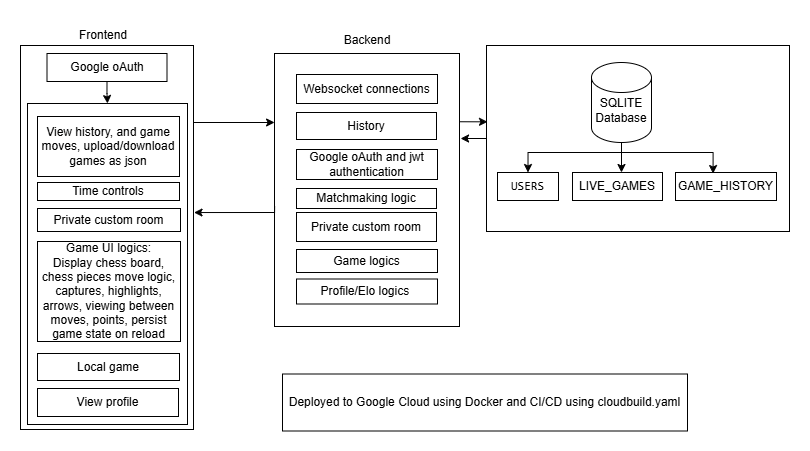
Earlier version of the draw.io export diagram/ChessGame.drawio.png (rvikr77/ChessGame). Source tidied: cells renumbered, new cells last; positions are measured from the earlier drawing's top-left corner, leaving out a move shared by most shapes. Its diagram source:
```xml
<mxGraphModel>
  <root>
    <mxCell id="0" />
    <mxCell id="1" parent="0" />
    <mxCell id="2" style="rounded=0;whiteSpace=wrap;html=1;" parent="1" vertex="1">
      <mxGeometry x="466" y="25" width="303" height="186" as="geometry" />
    </mxCell>
    <mxCell id="3" value="&lt;font style=&quot;color: light-dark(rgb(0, 0, 0), rgb(51, 51, 51));&quot;&gt;Deployed to Google Cloud using Docker and CI/CD using cloudbuild.yaml&lt;/font&gt;" style="rounded=0;whiteSpace=wrap;html=1;fillColor=light-dark(#FFFFFF,#FFFFFF);strokeColor=light-dark(#000000,#333333);" parent="1" vertex="1">
      <mxGeometry x="262" y="353.5" width="405" height="57" as="geometry" />
    </mxCell>
    <mxCell id="4" style="edgeStyle=orthogonalEdgeStyle;rounded=0;jettySize=auto;html=1;exitX=0.5;exitY=1;exitDx=0;exitDy=0;exitPerimeter=0;entryX=0.5;entryY=0;entryDx=0;entryDy=0;" parent="1" edge="1" source="6" target="10">
      <mxGeometry relative="1" as="geometry">
        <Array as="points">
          <mxPoint x="601" y="132" />
          <mxPoint x="508" y="132" />
        </Array>
      </mxGeometry>
    </mxCell>
    <mxCell id="5" style="edgeStyle=orthogonalEdgeStyle;rounded=0;jettySize=auto;html=1;" parent="1" edge="1" target="9">
      <mxGeometry relative="1" as="geometry">
        <mxPoint x="603" y="122" as="sourcePoint" />
        <Array as="points">
          <mxPoint x="601" y="122" />
        </Array>
      </mxGeometry>
    </mxCell>
    <mxCell id="6" style="shape=cylinder3;whiteSpace=wrap;html=1;boundedLbl=1;backgroundOutline=1;size=15;strokeColor=light-dark(#000000,#333333);gradientColor=none;fillColor=light-dark(#FFFFFF,#FFFFFF);" parent="1" vertex="1">
      <mxGeometry x="571" y="42" width="60" height="80" as="geometry" />
    </mxCell>
    <mxCell id="7" value="&lt;font style=&quot;color: light-dark(rgb(0, 0, 0), rgb(51, 51, 51));&quot;&gt;SQLITE&lt;br&gt;Database&lt;/font&gt;" style="text;html=1;whiteSpace=wrap;strokeColor=none;fillColor=none;align=center;verticalAlign=middle;rounded=0;" parent="1" vertex="1">
      <mxGeometry x="571" y="75" width="60" height="30" as="geometry" />
    </mxCell>
    <mxCell id="8" value="&lt;span&gt;&lt;font style=&quot;color: light-dark(rgb(0, 0, 0), rgb(51, 51, 51));&quot;&gt;GAME_HISTORY&lt;/font&gt;&lt;/span&gt;" style="rounded=0;whiteSpace=wrap;html=1;fillColor=light-dark(#FFFFFF,#FFFFFF);strokeColor=light-dark(#000000,#333333);" parent="1" vertex="1">
      <mxGeometry x="655" y="152" width="101" height="28" as="geometry" />
    </mxCell>
    <mxCell id="9" value="&lt;font style=&quot;color: light-dark(rgb(0, 0, 0), rgb(51, 51, 51));&quot;&gt;LIVE_GAMES&lt;/font&gt;" style="rounded=0;whiteSpace=wrap;html=1;fillColor=light-dark(#FFFFFF,#FFFFFF);strokeColor=light-dark(#000000,#333333);" parent="1" vertex="1">
      <mxGeometry x="552" y="152" width="90" height="28" as="geometry" />
    </mxCell>
    <mxCell id="10" value="&lt;span style=&quot;font-family: &amp;quot;Monaspace Neon&amp;quot;, ui-monospace, SFMono-Regular, &amp;quot;SF Mono&amp;quot;, Menlo, Consolas, &amp;quot;Liberation Mono&amp;quot;, monospace; text-align: start; white-space-collapse: break-spaces; background-color: light-dark(rgb(255, 255, 255), rgb(255, 255, 255));&quot;&gt;&lt;font style=&quot;color: light-dark(rgb(0, 0, 0), rgb(51, 51, 51));&quot;&gt;USERS&lt;/font&gt;&lt;/span&gt;" style="rounded=0;whiteSpace=wrap;html=1;fillColor=light-dark(#FFFFFF,#FFFFFF);strokeColor=light-dark(#000000,#333333);" parent="1" vertex="1">
      <mxGeometry x="477" y="152" width="61" height="28" as="geometry" />
    </mxCell>
    <mxCell id="11" style="edgeStyle=orthogonalEdgeStyle;rounded=0;jettySize=auto;html=1;exitX=0.5;exitY=1;exitDx=0;exitDy=0;exitPerimeter=0;entryX=0.372;entryY=0.038;entryDx=0;entryDy=0;entryPerimeter=0;" parent="1" edge="1" source="6" target="8">
      <mxGeometry relative="1" as="geometry">
        <Array as="points">
          <mxPoint x="601" y="132" />
          <mxPoint x="693" y="132" />
        </Array>
      </mxGeometry>
    </mxCell>
    <mxCell id="12" style="edgeStyle=orthogonalEdgeStyle;rounded=0;jettySize=auto;html=1;exitX=1;exitY=0.25;exitDx=0;exitDy=0;" parent="1" edge="1" source="13">
      <mxGeometry relative="1" as="geometry">
        <mxPoint x="467" y="101" as="targetPoint" />
      </mxGeometry>
    </mxCell>
    <mxCell id="13" style="rounded=0;whiteSpace=wrap;html=1;" parent="1" vertex="1">
      <mxGeometry x="254" y="33" width="185" height="273" as="geometry" />
    </mxCell>
    <mxCell id="14" style="edgeStyle=orthogonalEdgeStyle;rounded=0;jettySize=auto;html=1;exitX=1;exitY=0.25;exitDx=0;exitDy=0;" parent="1" edge="1" source="15">
      <mxGeometry relative="1" as="geometry">
        <mxPoint x="254" y="102" as="targetPoint" />
        <Array as="points">
          <mxPoint x="254" y="102" />
        </Array>
      </mxGeometry>
    </mxCell>
    <mxCell id="15" style="rounded=0;whiteSpace=wrap;html=1;" parent="1" vertex="1">
      <mxGeometry y="25" width="173" height="384" as="geometry" />
    </mxCell>
    <mxCell id="16" style="edgeStyle=orthogonalEdgeStyle;rounded=0;jettySize=auto;html=1;exitX=0;exitY=0.5;exitDx=0;exitDy=0;" parent="1" edge="1" source="2">
      <mxGeometry relative="1" as="geometry">
        <mxPoint x="440" y="119" as="targetPoint" />
      </mxGeometry>
    </mxCell>
    <mxCell id="17" style="edgeStyle=orthogonalEdgeStyle;rounded=0;jettySize=auto;html=1;entryX=1.003;entryY=0.435;entryDx=0;entryDy=0;entryPerimeter=0;" parent="1" edge="1" target="15">
      <mxGeometry relative="1" as="geometry">
        <mxPoint x="254" y="192" as="sourcePoint" />
        <Array as="points">
          <mxPoint x="254" y="186" />
          <mxPoint x="254" y="192" />
        </Array>
      </mxGeometry>
    </mxCell>
    <mxCell id="18" value="Backend" style="text;html=1;whiteSpace=wrap;strokeColor=none;fillColor=none;align=center;verticalAlign=middle;rounded=0;" parent="1" vertex="1">
      <mxGeometry x="316.5" y="5" width="60" height="30" as="geometry" />
    </mxCell>
    <mxCell id="19" value="Frontend" style="text;html=1;whiteSpace=wrap;strokeColor=none;fillColor=none;align=center;verticalAlign=middle;rounded=0;" parent="1" vertex="1">
      <mxGeometry x="52.5" width="60" height="30" as="geometry" />
    </mxCell>
    <mxCell id="20" style="edgeStyle=orthogonalEdgeStyle;rounded=0;jettySize=auto;html=1;exitX=0.5;exitY=1;exitDx=0;exitDy=0;entryX=0.5;entryY=0;entryDx=0;entryDy=0;" parent="1" edge="1" source="21" target="22">
      <mxGeometry relative="1" as="geometry">
        <Array as="points">
          <mxPoint x="87" y="73" />
          <mxPoint x="87" y="73" />
        </Array>
      </mxGeometry>
    </mxCell>
    <mxCell id="21" value="Google oAuth" style="rounded=0;whiteSpace=wrap;html=1;" parent="1" vertex="1">
      <mxGeometry x="26.5" y="33" width="120" height="28" as="geometry" />
    </mxCell>
    <mxCell id="22" style="rounded=0;whiteSpace=wrap;html=1;" parent="1" vertex="1">
      <mxGeometry x="7" y="83" width="160" height="321" as="geometry" />
    </mxCell>
    <mxCell id="23" value="Websocket connections" style="rounded=0;whiteSpace=wrap;html=1;" parent="1" vertex="1">
      <mxGeometry x="276" y="54" width="141" height="29" as="geometry" />
    </mxCell>
    <mxCell id="24" value="View history, and game moves, upload/download games as json" style="rounded=0;whiteSpace=wrap;html=1;" parent="1" vertex="1">
      <mxGeometry x="17" y="96" width="142" height="60" as="geometry" />
    </mxCell>
    <mxCell id="25" value="Time controls" style="rounded=0;whiteSpace=wrap;html=1;" parent="1" vertex="1">
      <mxGeometry x="17" y="162" width="142" height="18" as="geometry" />
    </mxCell>
    <mxCell id="26" value="Private custom room" style="rounded=0;whiteSpace=wrap;html=1;" parent="1" vertex="1">
      <mxGeometry x="17" y="188" width="143" height="23" as="geometry" />
    </mxCell>
    <mxCell id="27" value="Game UI logics:&lt;br&gt;Display chess board, chess pieces move logic, captures, highlights, arrows, viewing between moves, points, persist game state on reload" style="rounded=0;whiteSpace=wrap;html=1;" parent="1" vertex="1">
      <mxGeometry x="17" y="221" width="143" height="100" as="geometry" />
    </mxCell>
    <mxCell id="28" value="Local game" style="rounded=0;whiteSpace=wrap;html=1;" parent="1" vertex="1">
      <mxGeometry x="17" y="333" width="142" height="27" as="geometry" />
    </mxCell>
    <mxCell id="29" value="View profile" style="rounded=0;whiteSpace=wrap;html=1;" parent="1" vertex="1">
      <mxGeometry x="17" y="368" width="141" height="28" as="geometry" />
    </mxCell>
    <mxCell id="30" value="History" style="rounded=0;whiteSpace=wrap;html=1;" parent="1" vertex="1">
      <mxGeometry x="276" y="92" width="140" height="27" as="geometry" />
    </mxCell>
    <mxCell id="31" value="Google oAuth and jwt authentication" style="rounded=0;whiteSpace=wrap;html=1;" parent="1" vertex="1">
      <mxGeometry x="276" y="129" width="141" height="30" as="geometry" />
    </mxCell>
    <mxCell id="32" value="Matchmaking logic" style="rounded=0;whiteSpace=wrap;html=1;" parent="1" vertex="1">
      <mxGeometry x="276" y="168" width="140" height="20" as="geometry" />
    </mxCell>
    <mxCell id="33" value="Private custom room" style="rounded=0;whiteSpace=wrap;html=1;" parent="1" vertex="1">
      <mxGeometry x="276" y="192" width="140" height="29" as="geometry" />
    </mxCell>
    <mxCell id="34" value="Game logics" style="rounded=0;whiteSpace=wrap;html=1;" parent="1" vertex="1">
      <mxGeometry x="276" y="229" width="141" height="23" as="geometry" />
    </mxCell>
    <mxCell id="35" value="&lt;div&gt;Profile/Elo logics&amp;nbsp;&lt;/div&gt;" style="rounded=0;whiteSpace=wrap;html=1;" parent="1" vertex="1">
      <mxGeometry x="276" y="258.5" width="141" height="25" as="geometry" />
    </mxCell>
  </root>
</mxGraphModel>
```
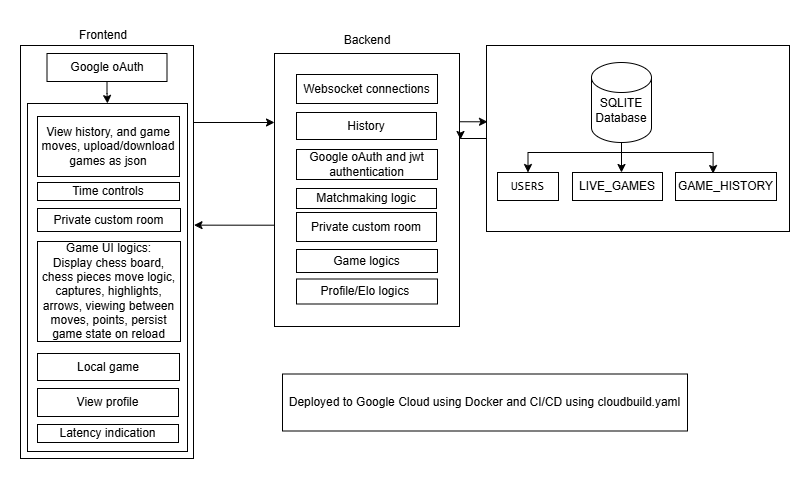
After the change.

Diff of the diagram source:
```diff
@@ -64,7 +64,7 @@
       </mxGeometry>
     </mxCell>
     <mxCell id="15" style="rounded=0;whiteSpace=wrap;html=1;" parent="1" vertex="1">
-      <mxGeometry y="25" width="173" height="384" as="geometry" />
+      <mxGeometry y="25" width="173" height="413" as="geometry" />
     </mxCell>
     <mxCell id="16" style="edgeStyle=orthogonalEdgeStyle;rounded=0;jettySize=auto;html=1;exitX=0;exitY=0.5;exitDx=0;exitDy=0;" parent="1" edge="1" source="2">
       <mxGeometry relative="1" as="geometry">
@@ -98,7 +98,7 @@
       <mxGeometry x="26.5" y="33" width="120" height="28" as="geometry" />
     </mxCell>
     <mxCell id="22" style="rounded=0;whiteSpace=wrap;html=1;" parent="1" vertex="1">
-      <mxGeometry x="7" y="83" width="160" height="321" as="geometry" />
+      <mxGeometry x="7" y="83" width="160" height="348" as="geometry" />
     </mxCell>
     <mxCell id="23" value="Websocket connections" style="rounded=0;whiteSpace=wrap;html=1;" parent="1" vertex="1">
       <mxGeometry x="276" y="54" width="141" height="29" as="geometry" />
@@ -139,5 +139,8 @@
     <mxCell id="35" value="&lt;div&gt;Profile/Elo logics&amp;nbsp;&lt;/div&gt;" style="rounded=0;whiteSpace=wrap;html=1;" parent="1" vertex="1">
       <mxGeometry x="276" y="258.5" width="141" height="25" as="geometry" />
     </mxCell>
+    <mxCell id="36" value="Latency indication" style="rounded=0;whiteSpace=wrap;html=1;" parent="1" vertex="1">
+      <mxGeometry x="17" y="404" width="141" height="18" as="geometry" />
+    </mxCell>
   </root>
 </mxGraphModel>
```
